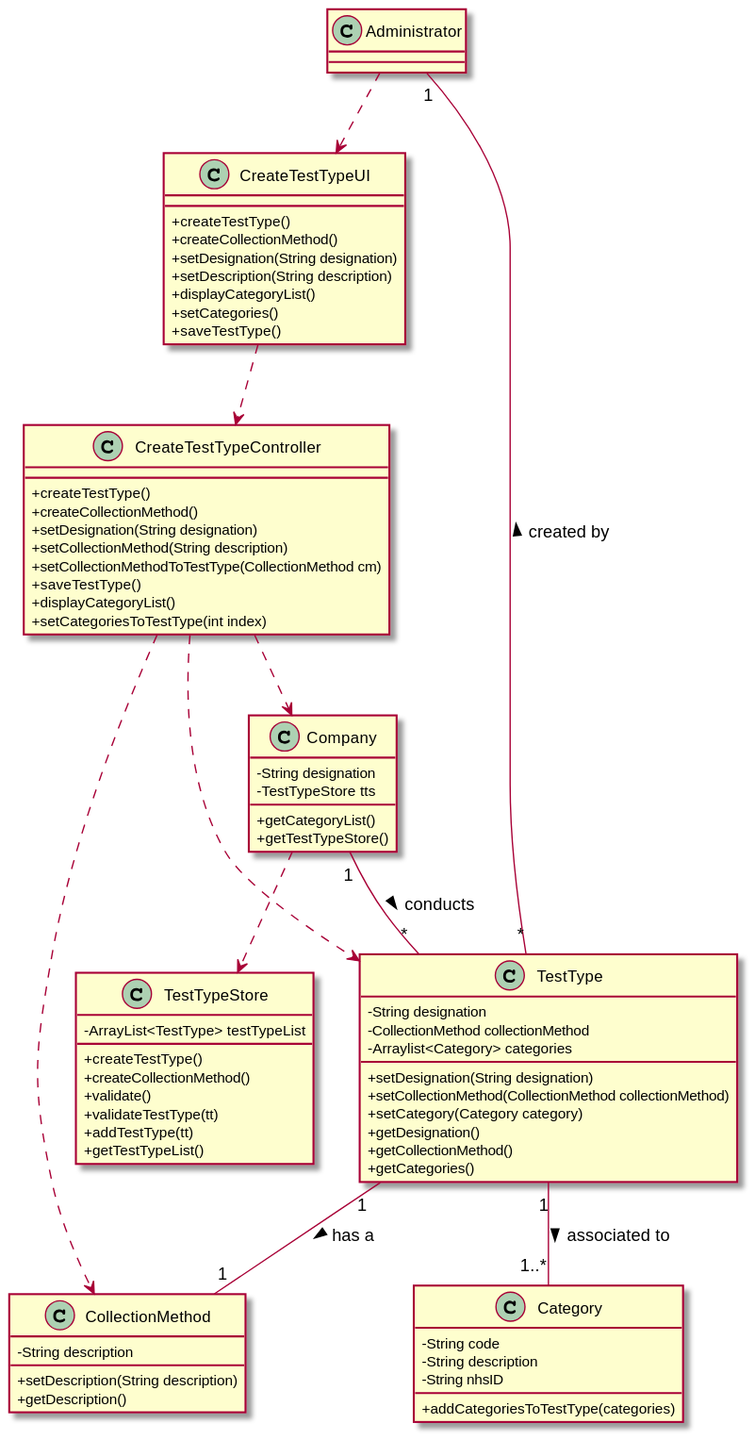
Earlier version of the PlantUML export docs/SprintB/US9/US9_CD.svg (MadDinosaur/ISEP-LAPR2). Source of this version:
```plantuml
@startuml

skinparam classAttributeIconSize 0

class Administrator
class CreateTestTypeUI {
+createTestType()
+createCollectionMethod()
+setDesignation(String designation)
+setDescription(String description)
+displayCategoryList()
+setCategories()
+saveTestType()
}
class CreateTestTypeController {
+createTestType()
+createCollectionMethod()
+setDesignation(String designation)
+setCollectionMethod(String description)
+setCollectionMethodToTestType(CollectionMethod cm)
+saveTestType()
+displayCategoryList()
+setCategoriesToTestType(int index)
}
class CollectionMethod {
-String description
+setDescription(String description)
+getDescription()

}
class TestType {
-String designation
-CollectionMethod collectionMethod
-Arraylist<Category> categories
+setDesignation(String designation)
+setCollectionMethod(CollectionMethod collectionMethod)
+setCategory(Category category)
+getDesignation()
+getCollectionMethod()
+getCategories()
}
class Category {
-String code
-String description
-String nhsID
+addCategoriesToTestType(categories)
}
class Company {
-String designation
-TestTypeStore tts
+getCategoryList()
+getTestTypeStore()
}

class TestTypeStore {
-ArrayList<TestType> testTypeList
+createTestType()
+createCollectionMethod()
+validate()
+validateTestType(tt)
+addTestType(tt)
+getTestTypeList()
}

Administrator ..> CreateTestTypeUI
CreateTestTypeUI ..> CreateTestTypeController
TestType "*"-up-"1" Administrator : created by >
Category "1..*"-up-"1" TestType  : associated to <
TestType "1"--"1" CollectionMethod : has a  >
Company "1"-down-"*" TestType : conducts >
CreateTestTypeController ..> Company
CreateTestTypeController ..> TestType
CreateTestTypeController ..> CollectionMethod
Company ..> TestTypeStore

@enduml
```
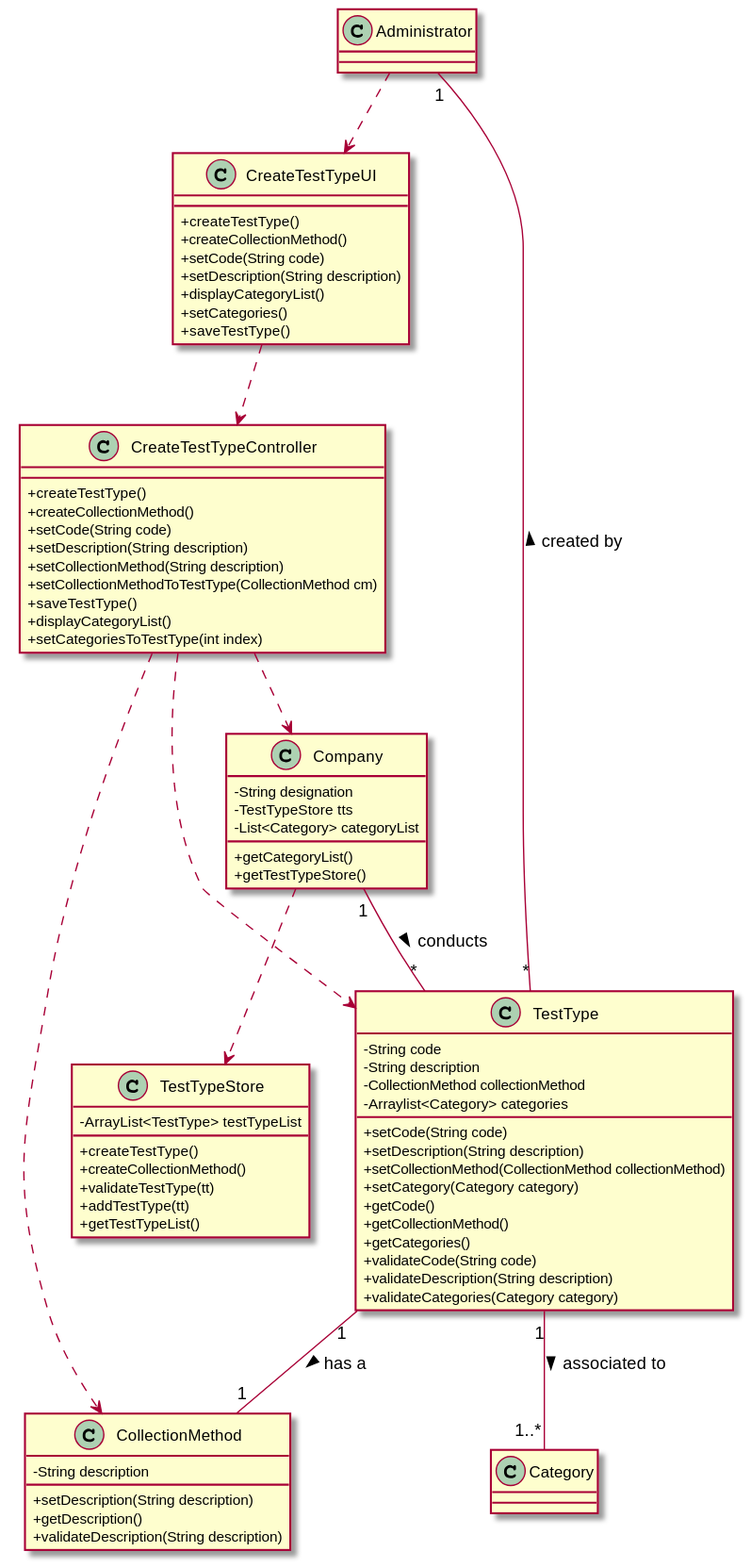
After the commit.

The edit, as a diff of the source:
```diff
@@ -6,48 +6,53 @@
 class CreateTestTypeUI {
 +createTestType()
 +createCollectionMethod()
-+setDesignation(String designation)
++setCode(String code)
 +setDescription(String description)
 +displayCategoryList()
 +setCategories()
 +saveTestType()
 }
+
 class CreateTestTypeController {
 +createTestType()
 +createCollectionMethod()
-+setDesignation(String designation)
++setCode(String code)
++setDescription(String description)
 +setCollectionMethod(String description)
 +setCollectionMethodToTestType(CollectionMethod cm)
 +saveTestType()
 +displayCategoryList()
 +setCategoriesToTestType(int index)
 }
+
 class CollectionMethod {
 -String description
 +setDescription(String description)
 +getDescription()
++validateDescription(String description)
+}
 
-}
 class TestType {
--String designation
+-String code
+-String description
 -CollectionMethod collectionMethod
 -Arraylist<Category> categories
-+setDesignation(String designation)
++setCode(String code)
++setDescription(String description)
 +setCollectionMethod(CollectionMethod collectionMethod)
 +setCategory(Category category)
-+getDesignation()
++getCode()
 +getCollectionMethod()
 +getCategories()
++validateCode(String code)
++validateDescription(String description)
++validateCategories(Category category)
 }
-class Category {
--String code
--String description
--String nhsID
-+addCategoriesToTestType(categories)
-}
+
 class Company {
 -String designation
 -TestTypeStore tts
+-List<Category> categoryList
 +getCategoryList()
 +getTestTypeStore()
 }
@@ -56,7 +61,6 @@
 -ArrayList<TestType> testTypeList
 +createTestType()
 +createCollectionMethod()
-+validate()
 +validateTestType(tt)
 +addTestType(tt)
 +getTestTypeList()
```
